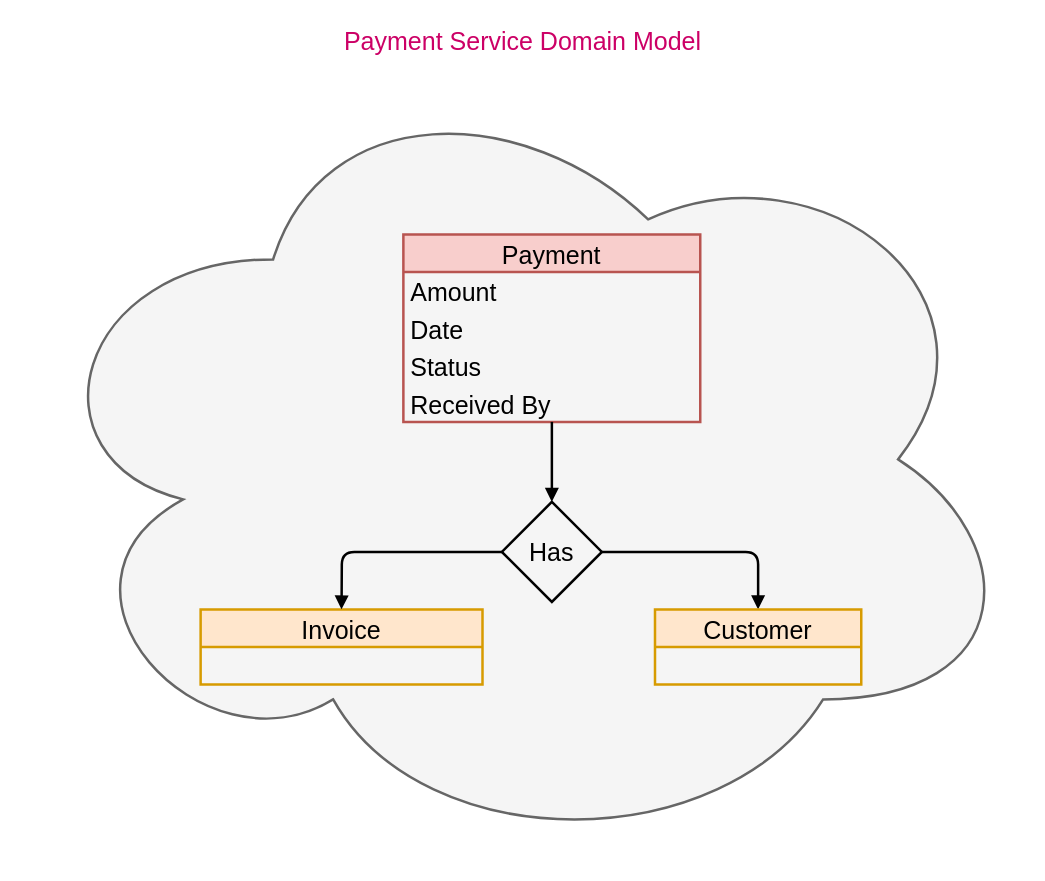
Above: docs/diagram/payment_service_domain_model.drawio in dudhwalas/dudhwala (draw.io), before the change. Source tidied: cells renumbered, new cells numbered last; positions are measured from the earlier drawing's top-left corner, leaving out a move shared by most shapes. Both pictures are drawn from the tidied source at 125%, with x=0, y=0 at pixel (22, 59).
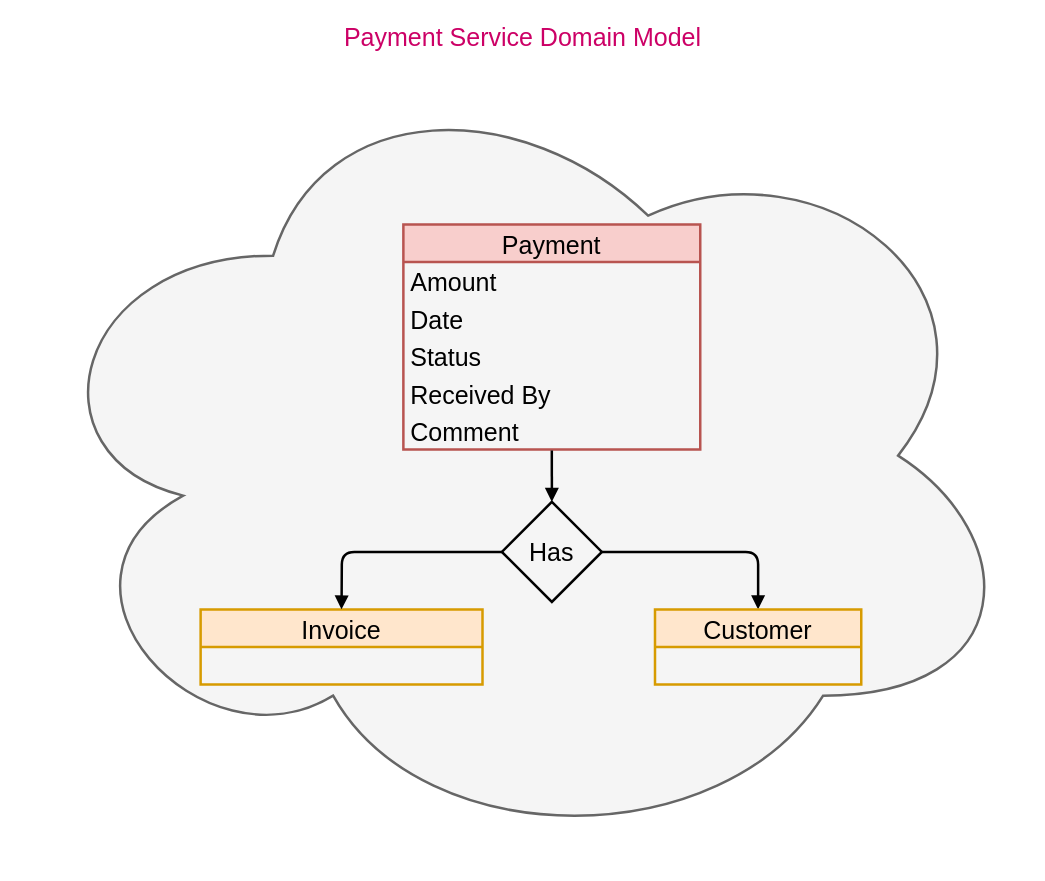
The same page after the edit.

The edit, as a diff of the source:
```diff
@@
 <mxGraphModel>
   <root>
     <mxCell id="0" />
     <mxCell id="1" parent="0" />
     <mxCell id="2" value="Payment Service Domain Model" style="ellipse;shape=cloud;whiteSpace=wrap;html=1;fillColor=#f5f5f5;fontColor=#CC0066;strokeColor=#666666;strokeWidth=2;labelPosition=center;verticalLabelPosition=top;align=center;verticalAlign=bottom;fontSize=20;" parent="1" vertex="1">
-      <mxGeometry width="800" height="640" as="geometry" />
+      <mxGeometry y="-3" width="800" height="640" as="geometry" />
     </mxCell>
     <mxCell id="3" value="Payment" style="swimlane;fontStyle=0;horizontal=1;startSize=30;fillColor=#f8cecc;strokeColor=#b85450;fontSize=20;strokeWidth=2;" parent="1" vertex="1">
-      <mxGeometry x="304.2" y="140" width="237.5" height="150" as="geometry" />
+      <mxGeometry x="304.2" y="132" width="237.5" height="180" as="geometry" />
     </mxCell>
     <mxCell id="4" value="Amount" style="text;strokeColor=none;fillColor=none;align=left;verticalAlign=middle;spacingLeft=4;spacingRight=4;overflow=hidden;fontSize=20;strokeWidth=2;" parent="3" vertex="1">
       <mxGeometry y="30" width="237.5" height="30" as="geometry" />
     </mxCell>
     <mxCell id="5" value="Date" style="text;strokeColor=none;fillColor=none;align=left;verticalAlign=middle;spacingLeft=4;spacingRight=4;overflow=hidden;fontSize=20;strokeWidth=2;" parent="3" vertex="1">
       <mxGeometry y="60" width="237.5" height="30" as="geometry" />
     </mxCell>
     <mxCell id="6" value="Status" style="text;strokeColor=none;fillColor=none;align=left;verticalAlign=middle;spacingLeft=4;spacingRight=4;overflow=hidden;fontSize=20;strokeWidth=2;" parent="3" vertex="1">
       <mxGeometry y="90" width="237.5" height="30" as="geometry" />
     </mxCell>
     <mxCell id="7" value="Received By" style="text;strokeColor=none;fillColor=none;align=left;verticalAlign=middle;spacingLeft=4;spacingRight=4;overflow=hidden;fontSize=20;strokeWidth=2;" parent="3" vertex="1">
       <mxGeometry y="120" width="237.5" height="30" as="geometry" />
     </mxCell>
+    <mxCell id="14" value="Comment" style="text;strokeColor=none;fillColor=none;align=left;verticalAlign=middle;spacingLeft=4;spacingRight=4;overflow=hidden;points=[[0,0.5],[1,0.5]];portConstraint=eastwest;fontSize=20;strokeWidth=2;" parent="3" vertex="1">
+      <mxGeometry y="150" width="237.5" height="30" as="geometry" />
+    </mxCell>
     <mxCell id="8" value="Invoice" style="swimlane;fontStyle=0;horizontal=1;startSize=30;fillColor=#ffe6cc;strokeColor=#d79b00;fontSize=20;strokeWidth=2;" parent="1" vertex="1">
       <mxGeometry x="142" y="440" width="225.5" height="60" as="geometry" />
     </mxCell>
     <mxCell id="9" style="edgeStyle=none;html=1;exitX=1;exitY=0.5;exitDx=0;exitDy=0;entryX=0.5;entryY=0;entryDx=0;entryDy=0;endArrow=block;endFill=1;strokeWidth=2;" parent="1" edge="1" source="10" target="13">
       <mxGeometry relative="1" as="geometry">
         <Array as="points">
           <mxPoint x="588" y="394" />
         </Array>
       </mxGeometry>
     </mxCell>
     <mxCell id="10" value="Has" style="rhombus;whiteSpace=wrap;html=1;fontSize=20;fillColor=none;strokeWidth=2;" parent="1" vertex="1">
       <mxGeometry x="383" y="354" width="80" height="80" as="geometry" />
     </mxCell>
-    <mxCell id="11" style="edgeStyle=none;html=1;entryX=0.5;entryY=0;entryDx=0;entryDy=0;fontSize=20;endArrow=block;endFill=1;strokeWidth=2;" parent="1" edge="1" target="10">
-      <mxGeometry relative="1" as="geometry">
-        <mxPoint x="423" y="290" as="sourcePoint" />
-      </mxGeometry>
+    <mxCell id="11" style="edgeStyle=none;html=1;entryX=0.5;entryY=0;entryDx=0;entryDy=0;fontSize=20;endArrow=block;endFill=1;strokeWidth=2;exitX=0.5;exitY=1.033;exitDx=0;exitDy=0;exitPerimeter=0;" parent="1" edge="1" source="14" target="10">
+      <mxGeometry relative="1" as="geometry" />
     </mxCell>
     <mxCell id="12" style="edgeStyle=none;html=1;entryX=0.5;entryY=0;entryDx=0;entryDy=0;fontSize=20;endArrow=block;endFill=1;strokeWidth=2;exitX=0;exitY=0.5;exitDx=0;exitDy=0;" parent="1" edge="1" source="10" target="8">
       <mxGeometry relative="1" as="geometry">
         <Array as="points">
           <mxPoint x="255" y="394" />
         </Array>
       </mxGeometry>
     </mxCell>
     <mxCell id="13" value="Customer" style="swimlane;fontStyle=0;horizontal=1;startSize=30;fillColor=#ffe6cc;strokeColor=#d79b00;fontSize=20;strokeWidth=2;" parent="1" vertex="1">
       <mxGeometry x="505.5" y="440" width="165" height="60" as="geometry" />
     </mxCell>
   </root>
 </mxGraphModel>
```
